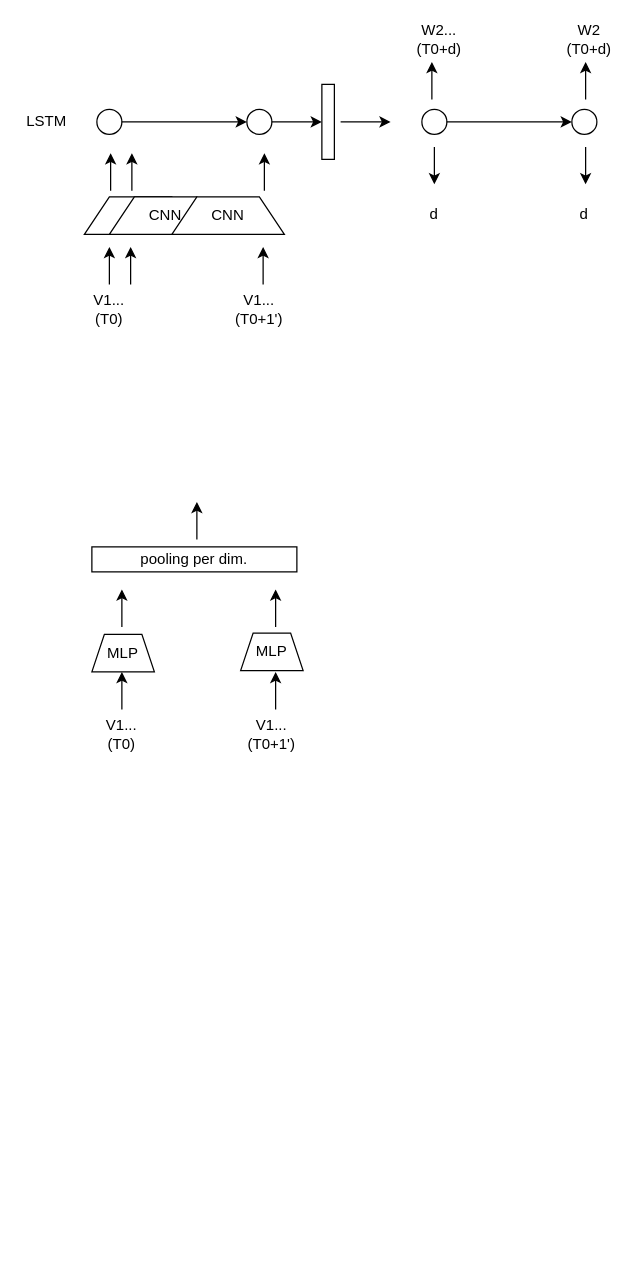
Earlier version of the draw.io diagram aiprofres1.drawio (cerisara/draws). Source tidied: cells renumbered, new cells numbered last; positions are measured from the earlier drawing's top-left corner, leaving out a move shared by most shapes. Both pictures are drawn from the tidied source at 125%, with x=0, y=0 at pixel (21, 26).
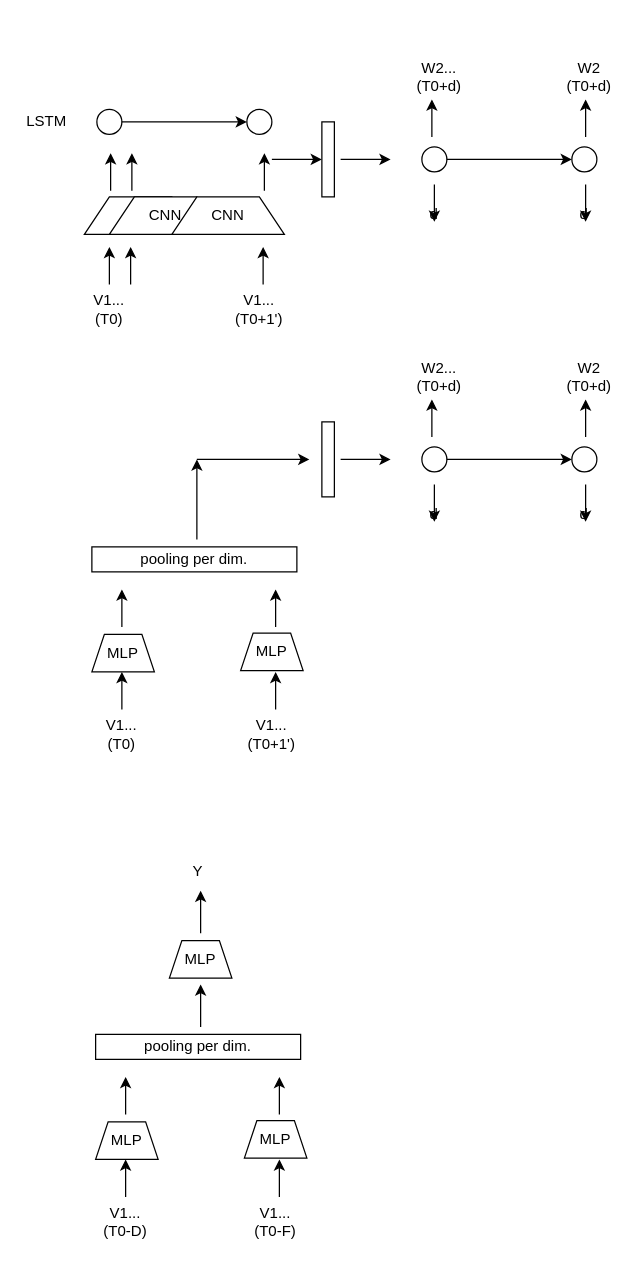
After the change.

Unchanged cells that the change refers to:
```xml
<mxCell id="14" style="ellipse;whiteSpace=wrap;html=1;" parent="1" vertex="1">
  <mxGeometry x="180" y="66" width="20" height="20" as="geometry" />
</mxCell>
```

The edit, as a diff of the source:
```diff
@@
-    <mxCell id="17" style="endArrow=classic;html=1;exitX=1;exitY=0.5;exitDx=0;exitDy=0;" parent="1" edge="1" source="14">
+    <mxCell id="17" style="endArrow=classic;html=1;exitX=1;exitY=0.5;exitDx=0;exitDy=0;" parent="1" edge="1">
       <mxGeometry relative="1" as="geometry">
-        <mxPoint x="240" y="76" as="targetPoint" />
+        <mxPoint x="200" y="106" as="sourcePoint" />
+        <mxPoint x="240" y="106" as="targetPoint" />
       </mxGeometry>
     </mxCell>
     <mxCell id="18" style="rounded=0;whiteSpace=wrap;html=1;" parent="1" vertex="1">
-      <mxGeometry x="240" y="46" width="10" height="60" as="geometry" />
+      <mxGeometry x="240" y="76" width="10" height="60" as="geometry" />
     </mxCell>
     <mxCell id="19" style="endArrow=classic;html=1;exitX=1;exitY=0.5;exitDx=0;exitDy=0;" parent="1" edge="1">
       <mxGeometry relative="1" as="geometry">
-        <mxPoint x="255" y="76" as="sourcePoint" />
-        <mxPoint x="295" y="76" as="targetPoint" />
+        <mxPoint x="255" y="106" as="sourcePoint" />
+        <mxPoint x="295" y="106" as="targetPoint" />
       </mxGeometry>
     </mxCell>
     <mxCell id="20" style="ellipse;whiteSpace=wrap;html=1;" parent="1" vertex="1">
-      <mxGeometry x="320" y="66" width="20" height="20" as="geometry" />
+      <mxGeometry x="320" y="96" width="20" height="20" as="geometry" />
     </mxCell>
     <mxCell id="21" style="ellipse;whiteSpace=wrap;html=1;" parent="1" vertex="1">
-      <mxGeometry x="440" y="66" width="20" height="20" as="geometry" />
+      <mxGeometry x="440" y="96" width="20" height="20" as="geometry" />
     </mxCell>
@@
     <mxCell id="23" style="endArrow=classic;html=1;" parent="1" edge="1">
       <mxGeometry relative="1" as="geometry">
-        <mxPoint x="328" y="58" as="sourcePoint" />
-        <mxPoint x="328" y="28" as="targetPoint" />
+        <mxPoint x="328" y="88" as="sourcePoint" />
+        <mxPoint x="328" y="58" as="targetPoint" />
       </mxGeometry>
     </mxCell>
     <mxCell id="24" style="endArrow=classic;html=1;" parent="1" edge="1">
       <mxGeometry relative="1" as="geometry">
-        <mxPoint x="451" y="58" as="sourcePoint" />
-        <mxPoint x="451" y="28" as="targetPoint" />
+        <mxPoint x="451" y="88" as="sourcePoint" />
+        <mxPoint x="451" y="58" as="targetPoint" />
       </mxGeometry>
     </mxCell>
     <mxCell id="25" value="W2... (T0+d)" style="text;html=1;strokeColor=none;fillColor=none;align=center;verticalAlign=middle;whiteSpace=wrap;rounded=0;" parent="1" vertex="1">
-      <mxGeometry x="314" width="40" height="20" as="geometry" />
+      <mxGeometry x="314" y="30" width="40" height="20" as="geometry" />
     </mxCell>
     <mxCell id="26" value="W2 (T0+d)" style="text;html=1;strokeColor=none;fillColor=none;align=center;verticalAlign=middle;whiteSpace=wrap;rounded=0;" parent="1" vertex="1">
-      <mxGeometry x="434" width="40" height="20" as="geometry" />
+      <mxGeometry x="434" y="30" width="40" height="20" as="geometry" />
     </mxCell>
     <mxCell id="27" style="endArrow=classic;html=1;" parent="1" edge="1">
       <mxGeometry relative="1" as="geometry">
-        <mxPoint x="330" y="96" as="sourcePoint" />
-        <mxPoint x="330" y="126" as="targetPoint" />
+        <mxPoint x="330" y="126" as="sourcePoint" />
+        <mxPoint x="330" y="156" as="targetPoint" />
       </mxGeometry>
     </mxCell>
     <mxCell id="28" style="endArrow=classic;html=1;" parent="1" edge="1">
       <mxGeometry relative="1" as="geometry">
-        <mxPoint x="451" y="96" as="sourcePoint" />
-        <mxPoint x="451" y="126" as="targetPoint" />
+        <mxPoint x="451" y="126" as="sourcePoint" />
+        <mxPoint x="451" y="156" as="targetPoint" />
       </mxGeometry>
     </mxCell>
@@
     <mxCell id="40" style="endArrow=classic;html=1;" parent="1" edge="1">
       <mxGeometry relative="1" as="geometry">
         <mxPoint x="140" y="410" as="sourcePoint" />
-        <mxPoint x="140" y="380" as="targetPoint" />
+        <mxPoint x="140" y="346" as="targetPoint" />
       </mxGeometry>
     </mxCell>
+    <mxCell id="41" style="ellipse;whiteSpace=wrap;html=1;" parent="1" vertex="1">
+      <mxGeometry x="320" y="336" width="20" height="20" as="geometry" />
+    </mxCell>
+    <mxCell id="42" style="ellipse;whiteSpace=wrap;html=1;" parent="1" vertex="1">
+      <mxGeometry x="440" y="336" width="20" height="20" as="geometry" />
+    </mxCell>
+    <mxCell id="43" style="endArrow=classic;html=1;exitX=1;exitY=0.5;exitDx=0;exitDy=0;entryX=0;entryY=0.5;entryDx=0;entryDy=0;" parent="1" edge="1" source="41" target="42">
+      <mxGeometry relative="1" as="geometry" />
+    </mxCell>
+    <mxCell id="44" style="endArrow=classic;html=1;" parent="1" edge="1">
+      <mxGeometry relative="1" as="geometry">
+        <mxPoint x="328" y="328" as="sourcePoint" />
+        <mxPoint x="328" y="298" as="targetPoint" />
+      </mxGeometry>
+    </mxCell>
+    <mxCell id="45" style="endArrow=classic;html=1;" parent="1" edge="1">
+      <mxGeometry relative="1" as="geometry">
+        <mxPoint x="451" y="328" as="sourcePoint" />
+        <mxPoint x="451" y="298" as="targetPoint" />
+      </mxGeometry>
+    </mxCell>
+    <mxCell id="46" value="W2... (T0+d)" style="text;html=1;strokeColor=none;fillColor=none;align=center;verticalAlign=middle;whiteSpace=wrap;rounded=0;" parent="1" vertex="1">
+      <mxGeometry x="314" y="270" width="40" height="20" as="geometry" />
+    </mxCell>
+    <mxCell id="47" value="W2 (T0+d)" style="text;html=1;strokeColor=none;fillColor=none;align=center;verticalAlign=middle;whiteSpace=wrap;rounded=0;" parent="1" vertex="1">
+      <mxGeometry x="434" y="270" width="40" height="20" as="geometry" />
+    </mxCell>
+    <mxCell id="48" style="endArrow=classic;html=1;" parent="1" edge="1">
+      <mxGeometry relative="1" as="geometry">
+        <mxPoint x="330" y="366" as="sourcePoint" />
+        <mxPoint x="330" y="396" as="targetPoint" />
+      </mxGeometry>
+    </mxCell>
+    <mxCell id="49" style="endArrow=classic;html=1;" parent="1" edge="1">
+      <mxGeometry relative="1" as="geometry">
+        <mxPoint x="451" y="366" as="sourcePoint" />
+        <mxPoint x="451" y="396" as="targetPoint" />
+      </mxGeometry>
+    </mxCell>
+    <mxCell id="50" value="d" style="text;html=1;strokeColor=none;fillColor=none;align=center;verticalAlign=middle;whiteSpace=wrap;rounded=0;" parent="1" vertex="1">
+      <mxGeometry x="310" y="380" width="40" height="20" as="geometry" />
+    </mxCell>
+    <mxCell id="51" value="d" style="text;html=1;strokeColor=none;fillColor=none;align=center;verticalAlign=middle;whiteSpace=wrap;rounded=0;" parent="1" vertex="1">
+      <mxGeometry x="430" y="380" width="40" height="20" as="geometry" />
+    </mxCell>
+    <mxCell id="52" style="rounded=0;whiteSpace=wrap;html=1;" parent="1" vertex="1">
+      <mxGeometry x="240" y="316" width="10" height="60" as="geometry" />
+    </mxCell>
+    <mxCell id="53" style="endArrow=classic;html=1;exitX=1;exitY=0.5;exitDx=0;exitDy=0;" parent="1" edge="1">
+      <mxGeometry relative="1" as="geometry">
+        <mxPoint x="255" y="346" as="sourcePoint" />
+        <mxPoint x="295" y="346" as="targetPoint" />
+      </mxGeometry>
+    </mxCell>
+    <mxCell id="54" style="endArrow=classic;html=1;" parent="1" edge="1">
+      <mxGeometry relative="1" as="geometry">
+        <mxPoint x="140" y="346" as="sourcePoint" />
+        <mxPoint x="230" y="346" as="targetPoint" />
+      </mxGeometry>
+    </mxCell>
+    <mxCell id="55" style="endArrow=classic;html=1;" parent="1" edge="1">
+      <mxGeometry relative="1" as="geometry">
+        <mxPoint x="83" y="936" as="sourcePoint" />
+        <mxPoint x="83" y="906" as="targetPoint" />
+      </mxGeometry>
+    </mxCell>
+    <mxCell id="56" style="endArrow=classic;html=1;" parent="1" edge="1">
+      <mxGeometry relative="1" as="geometry">
+        <mxPoint x="206" y="936" as="sourcePoint" />
+        <mxPoint x="206" y="906" as="targetPoint" />
+      </mxGeometry>
+    </mxCell>
+    <mxCell id="57" value="V1... (T0-D)" style="text;html=1;strokeColor=none;fillColor=none;align=center;verticalAlign=middle;whiteSpace=wrap;rounded=0;" parent="1" vertex="1">
+      <mxGeometry x="63" y="946" width="40" height="20" as="geometry" />
+    </mxCell>
+    <mxCell id="58" value="V1... (T0-F)" style="text;html=1;strokeColor=none;fillColor=none;align=center;verticalAlign=middle;whiteSpace=wrap;rounded=0;" parent="1" vertex="1">
+      <mxGeometry x="183" y="946" width="40" height="20" as="geometry" />
+    </mxCell>
+    <mxCell id="59" value="MLP" style="shape=trapezoid;perimeter=trapezoidPerimeter;whiteSpace=wrap;html=1;fixedSize=1;size=10;" parent="1" vertex="1">
+      <mxGeometry x="178" y="875" width="50" height="30" as="geometry" />
+    </mxCell>
+    <mxCell id="60" value="MLP" style="shape=trapezoid;perimeter=trapezoidPerimeter;whiteSpace=wrap;html=1;fixedSize=1;size=10;" parent="1" vertex="1">
+      <mxGeometry x="59" y="876" width="50" height="30" as="geometry" />
+    </mxCell>
+    <mxCell id="61" style="endArrow=classic;html=1;" parent="1" edge="1">
+      <mxGeometry relative="1" as="geometry">
+        <mxPoint x="83" y="870" as="sourcePoint" />
+        <mxPoint x="83" y="840" as="targetPoint" />
+      </mxGeometry>
+    </mxCell>
+    <mxCell id="62" style="endArrow=classic;html=1;" parent="1" edge="1">
+      <mxGeometry relative="1" as="geometry">
+        <mxPoint x="206" y="870" as="sourcePoint" />
+        <mxPoint x="206" y="840" as="targetPoint" />
+      </mxGeometry>
+    </mxCell>
+    <mxCell id="63" value="pooling per dim." style="rounded=0;whiteSpace=wrap;html=1;" parent="1" vertex="1">
+      <mxGeometry x="59" y="806" width="164" height="20" as="geometry" />
+    </mxCell>
+    <mxCell id="64" style="endArrow=classic;html=1;" parent="1" edge="1">
+      <mxGeometry relative="1" as="geometry">
+        <mxPoint x="143" y="800" as="sourcePoint" />
+        <mxPoint x="143" y="766" as="targetPoint" />
+      </mxGeometry>
+    </mxCell>
+    <mxCell id="65" value="MLP" style="shape=trapezoid;perimeter=trapezoidPerimeter;whiteSpace=wrap;html=1;fixedSize=1;size=10;" parent="1" vertex="1">
+      <mxGeometry x="118" y="731" width="50" height="30" as="geometry" />
+    </mxCell>
+    <mxCell id="66" style="endArrow=classic;html=1;" parent="1" edge="1">
+      <mxGeometry relative="1" as="geometry">
+        <mxPoint x="143" y="725" as="sourcePoint" />
+        <mxPoint x="143" y="691" as="targetPoint" />
+      </mxGeometry>
+    </mxCell>
+    <mxCell id="67" value="Y" style="text;html=1;strokeColor=none;fillColor=none;align=center;verticalAlign=middle;whiteSpace=wrap;rounded=0;" parent="1" vertex="1">
+      <mxGeometry x="121" y="666" width="40" height="20" as="geometry" />
+    </mxCell>
```
